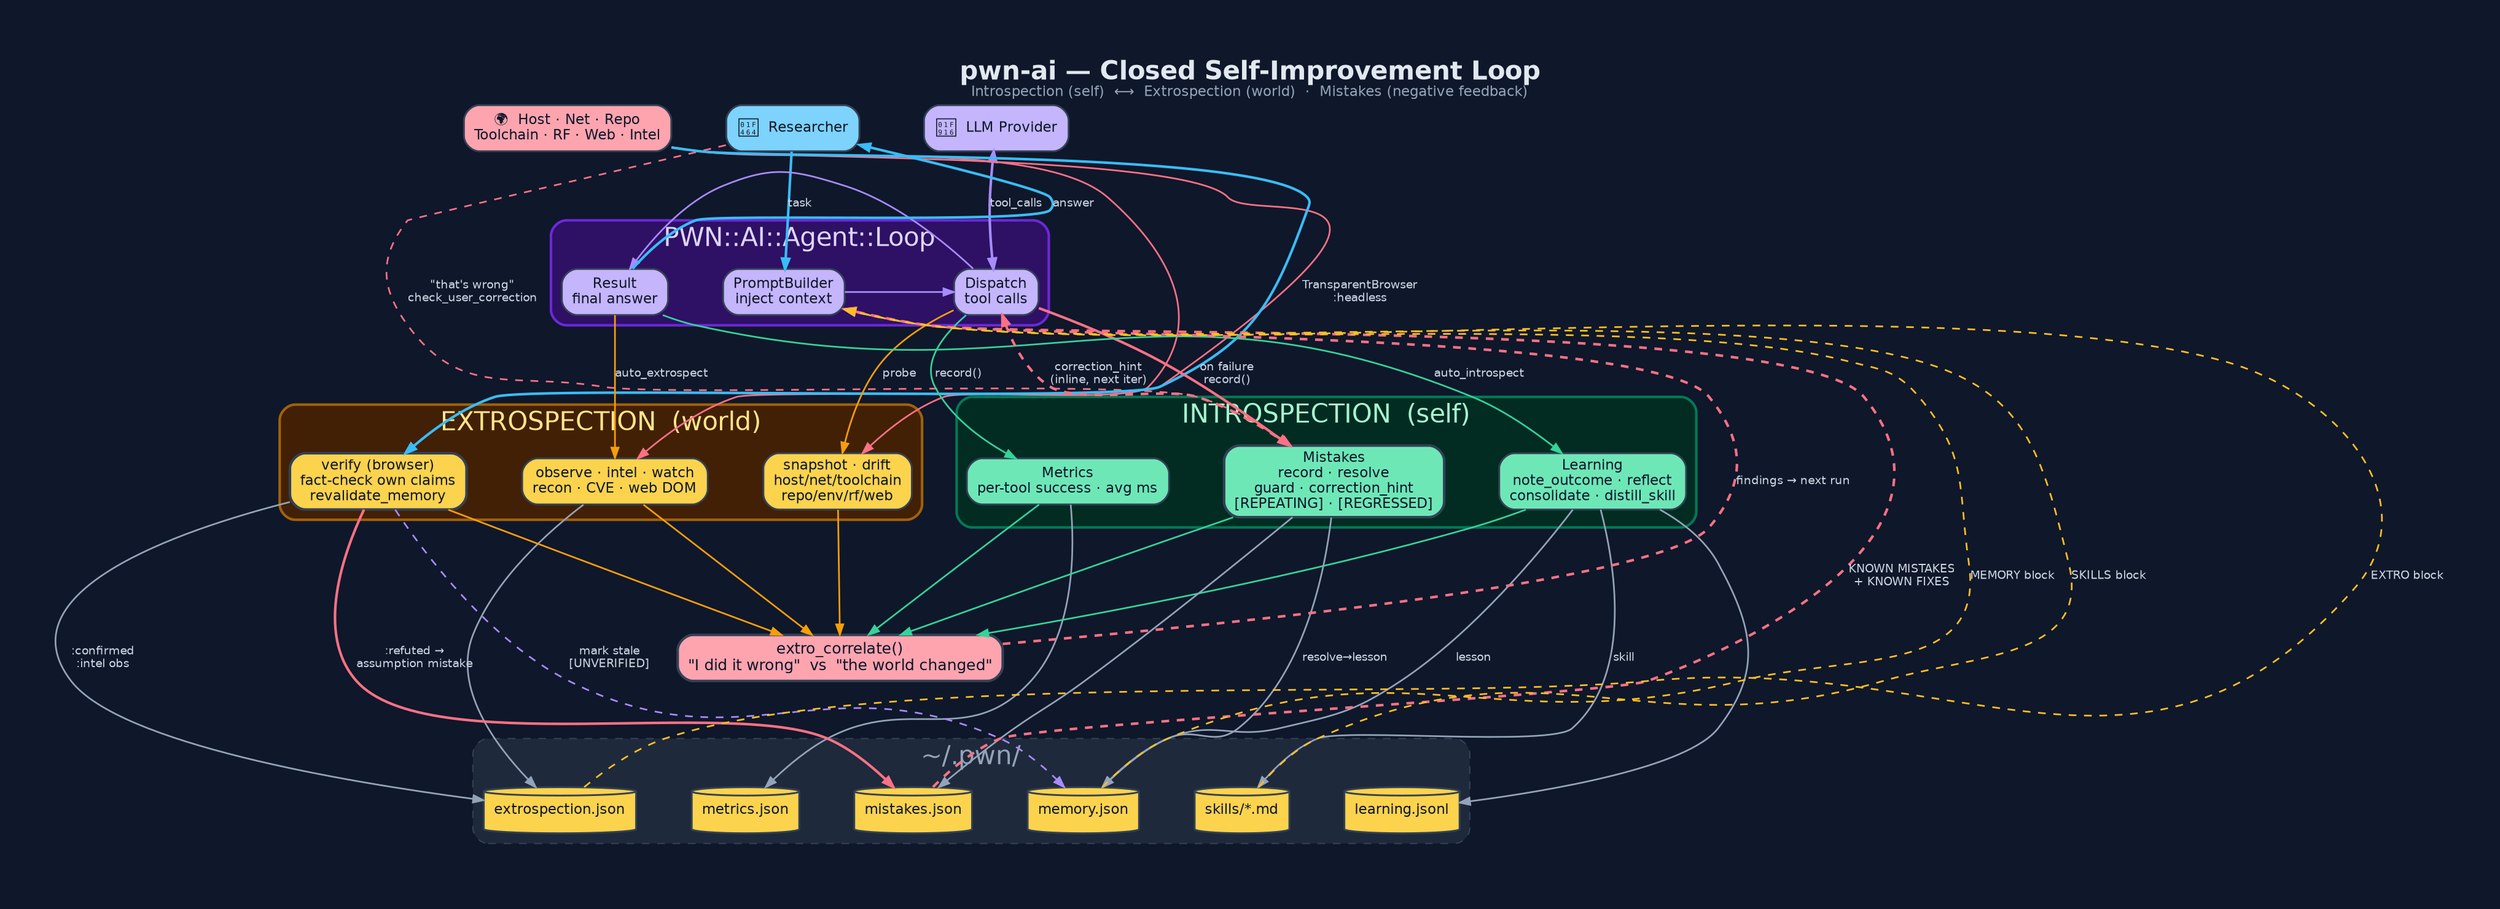
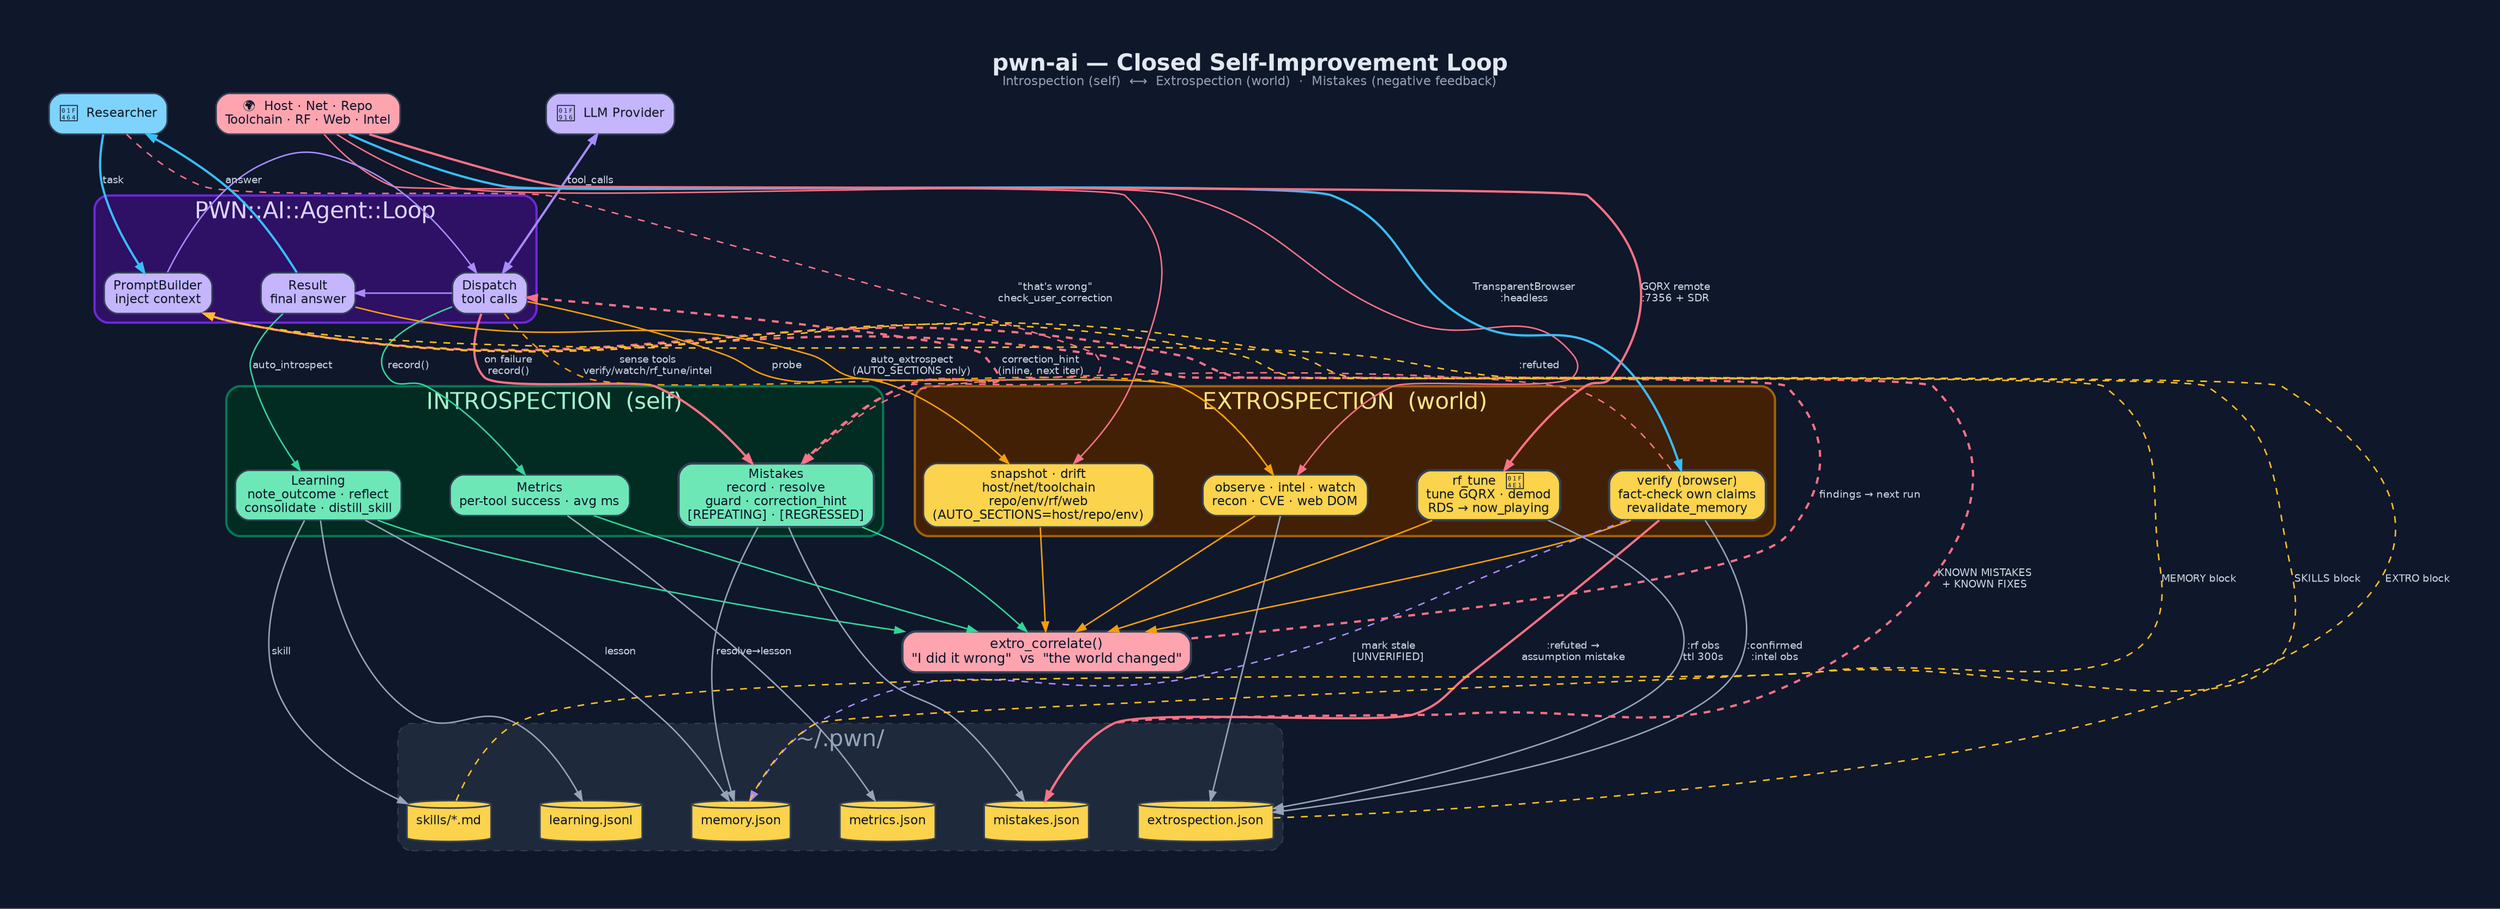
digraph "PWN_AI_Feedback_Learning_Loop" {
  graph [
    label=<<B>pwn-ai — Closed Self-Improvement Loop</B><BR/><FONT POINT-SIZE="11" COLOR="#94a3b8">Introspection (self)  ⟷  Extrospection (world)  ·  Mistakes (negative feedback)</FONT>>,
    labelloc=t, fontsize=20, fontname="Helvetica",
    rankdir=TB, splines=spline, nodesep=0.6, ranksep=1.0,
    bgcolor="#0f172a", fontcolor="#e2e8f0", pad=0.6, newrank=true, compound=true
  ];
  node [fontname="Helvetica", fontsize=11, style="filled,rounded",
        shape=box, penwidth=1.4, color="#334155", fontcolor="#0f172a"];
  edge [fontname="Helvetica", fontsize=9, color="#94a3b8",
        fontcolor="#cbd5e1", penwidth=1.3, arrowsize=0.8];

  /* L0 ─ actors */
  User  [label="👤  Researcher", fillcolor="#7dd3fc"];
  LLM   [label="🤖  LLM Provider", fillcolor="#c4b5fd"];
  World [label="🌍  Host · Net · Repo\nToolchain · RF · Web · Intel", fillcolor="#fda4af"];
  {rank=same; User; LLM; World}

  /* L1 ─ agent core */
  subgraph cluster_core {
    label="PWN::AI::Agent::Loop"; fontcolor="#ddd6fe";
    style=rounded; color="#6d28d9"; bgcolor="#2e1065"; penwidth=2;
    Prompt   [label="PromptBuilder\ninject context", fillcolor="#c4b5fd"];
    Dispatch [label="Dispatch\ntool calls",           fillcolor="#c4b5fd"];
    Result   [label="Result\nfinal answer",           fillcolor="#c4b5fd"];
  }
  {rank=same; Prompt; Dispatch; Result}

  /* L2 ─ triple engines */
  subgraph cluster_intro {
    label="INTROSPECTION  (self)"; fontcolor="#a7f3d0";
    style=rounded; color="#047857"; bgcolor="#022c22"; penwidth=2;
    Metrics  [label="Metrics\nper-tool success · avg ms", fillcolor="#6ee7b7"];
    Learning [label="Learning\nnote_outcome · reflect\nconsolidate · distill_skill", fillcolor="#6ee7b7"];
    Mistakes [label="Mistakes\nrecord · resolve\nguard · correction_hint\n[REPEATING] · [REGRESSED]", fillcolor="#6ee7b7", penwidth=2];
  }
  subgraph cluster_extro {
    label="EXTROSPECTION  (world)"; fontcolor="#fde68a";
    style=rounded; color="#a16207"; bgcolor="#422006"; penwidth=2;
-     Snapshot  [label="snapshot · drift\nhost/net/toolchain\nrepo/env/rf/web", fillcolor="#fcd34d"];
+     Snapshot  [label="snapshot · drift\nhost/net/toolchain\nrepo/env/rf/web\n(AUTO_SECTIONS=host/repo/env)", fillcolor="#fcd34d"];
    Observe   [label="observe · intel · watch\nrecon · CVE · web DOM",             fillcolor="#fcd34d"];
    Verify    [label="verify (browser)\nfact-check own claims\nrevalidate_memory", fillcolor="#fcd34d", penwidth=2];
+     RFTune    [label="rf_tune  📡\ntune GQRX · demod\nRDS → now_playing",           fillcolor="#fcd34d", penwidth=2];
  }
-   {rank=same; Metrics; Learning; Mistakes; Snapshot; Observe; Verify}
+   {rank=same; Metrics; Learning; Mistakes; Snapshot; Observe; Verify; RFTune}

  /* L3 ─ correlate */
  Correlate [label="extro_correlate()\n\"I did it wrong\"  vs  \"the world changed\"",
             fillcolor="#fda4af", penwidth=2, fontsize=12];

  /* L4 ─ persistence */
  subgraph cluster_store {
    label="~/.pwn/"; fontcolor="#94a3b8";
    style="rounded,dashed"; color="#334155"; bgcolor="#1e293b";
    Fmet [label="metrics.json",       shape=cylinder, fillcolor="#fcd34d"];
    Flrn [label="learning.jsonl",     shape=cylinder, fillcolor="#fcd34d"];
    Fmis [label="mistakes.json",      shape=cylinder, fillcolor="#fcd34d"];
    Fmem [label="memory.json",        shape=cylinder, fillcolor="#fcd34d"];
    Fskl [label="skills/*.md",         shape=cylinder, fillcolor="#fcd34d"];
    Fext [label="extrospection.json", shape=cylinder, fillcolor="#fcd34d"];
  }
  {rank=same; Fmet; Flrn; Fmis; Fmem; Fskl; Fext}

  /* L0 → L1 */
  User -> Prompt   [label="task", color="#38bdf8", penwidth=2];
  LLM  -> Dispatch [label="tool_calls", dir=both, color="#a78bfa", penwidth=2];
  World-> Result   [style=invis];

  /* L1 internal */
  Prompt -> Dispatch [color="#a78bfa"];
  Dispatch -> Result [color="#a78bfa"];

  /* L1 → L2 */
  Dispatch -> Metrics  [label="record()", color="#34d399"];
  Result   -> Learning [label="auto_introspect", color="#34d399"];
  Dispatch -> Mistakes [label="on failure\nrecord()", color="#fb7185", penwidth=2];
  User     -> Mistakes [label="\"that's wrong\"\ncheck_user_correction", color="#fb7185",
                        style=dashed, constraint=false];
  Dispatch -> Snapshot [label="probe", color="#f59e0b"];
-   Result   -> Observe  [label="auto_extrospect", color="#f59e0b"];
+   Result   -> Observe  [label="auto_extrospect\n(AUTO_SECTIONS only)", color="#f59e0b"];
  World    -> Snapshot [color="#fb7185", constraint=false];
  World    -> Observe  [color="#fb7185", constraint=false];
  World    -> Verify   [label="TransparentBrowser\n:headless", color="#38bdf8", constraint=false, penwidth=2];
+   World    -> RFTune   [label="GQRX remote\n:7356 + SDR", color="#fb7185", constraint=false, penwidth=2];
+   Dispatch -> Observe  [label="sense tools\nverify/watch/rf_tune/intel", color="#f59e0b", style=dashed, constraint=false];

  /* L2 → L3 */
  Metrics  -> Correlate [color="#34d399"];
  Learning -> Correlate [color="#34d399"];
  Mistakes -> Correlate [color="#34d399"];
  Snapshot -> Correlate [color="#f59e0b"];
  Observe  -> Correlate [color="#f59e0b"];
  Verify   -> Correlate [color="#f59e0b"];
+   RFTune   -> Correlate [color="#f59e0b"];

  /* L3 → L4 */
  Correlate -> Fmet [style=invis];
  Metrics   -> Fmet [color="#94a3b8"];
  Learning  -> Flrn [color="#94a3b8"];
  Mistakes  -> Fmis [color="#94a3b8"];
  Mistakes  -> Fmem [label="resolve→lesson", color="#94a3b8"];
  Learning  -> Fmem [label="lesson", color="#94a3b8"];
  Learning  -> Fskl [label="skill",  color="#94a3b8"];
  Observe   -> Fext [color="#94a3b8"];
+   RFTune    -> Fext [label=":rf obs\nttl 300s", color="#94a3b8"];
  Verify    -> Fmis [label=":refuted →\nassumption mistake", color="#fb7185", penwidth=2];
+   Verify    -> Mistakes [label=":refuted", color="#fb7185", style=dashed, constraint=false];
  Verify    -> Fmem [label="mark stale\n[UNVERIFIED]", color="#a78bfa", style=dashed];
  Verify    -> Fext [label=":confirmed\n:intel obs", color="#94a3b8"];

  /* feedback (dashed, non-constraining) */
  Fmem -> Prompt [label="MEMORY block",  style=dashed, color="#fbbf24", constraint=false];
  Fskl -> Prompt [label="SKILLS block",  style=dashed, color="#fbbf24", constraint=false];
  Fmis -> Prompt [label="KNOWN MISTAKES\n+ KNOWN FIXES", style=dashed, color="#fb7185",
                  constraint=false, penwidth=2];
  Fext -> Prompt [label="EXTRO block",   style=dashed, color="#fbbf24", constraint=false];
  Mistakes -> Dispatch [label="correction_hint\n(inline, next iter)", style=dashed,
                        color="#fb7185", constraint=false, penwidth=2];
  Correlate -> Prompt [label="findings → next run", style=dashed, color="#fb7185",
                       constraint=false, penwidth=2];
  Result -> User [label="answer", color="#38bdf8", constraint=false, penwidth=2];
}
